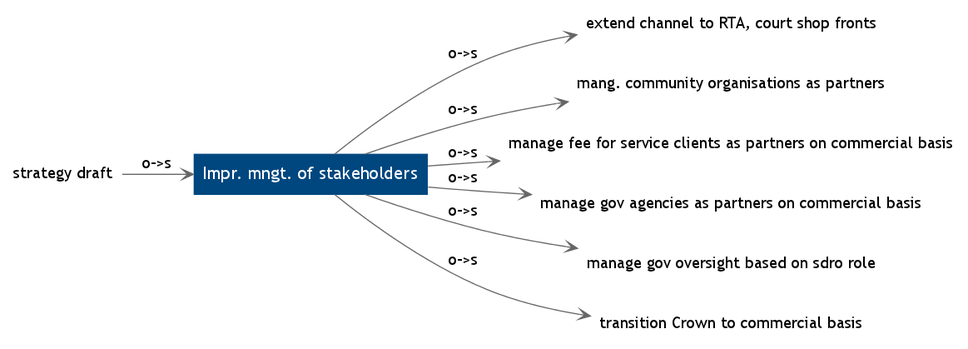
The Graphviz diagram public/images/mick@mioduszewski.net.png in mickmioduszewski/digraph-rails, before a commit. Its source is kept beside it as public/mick@mioduszewski.net.dot.
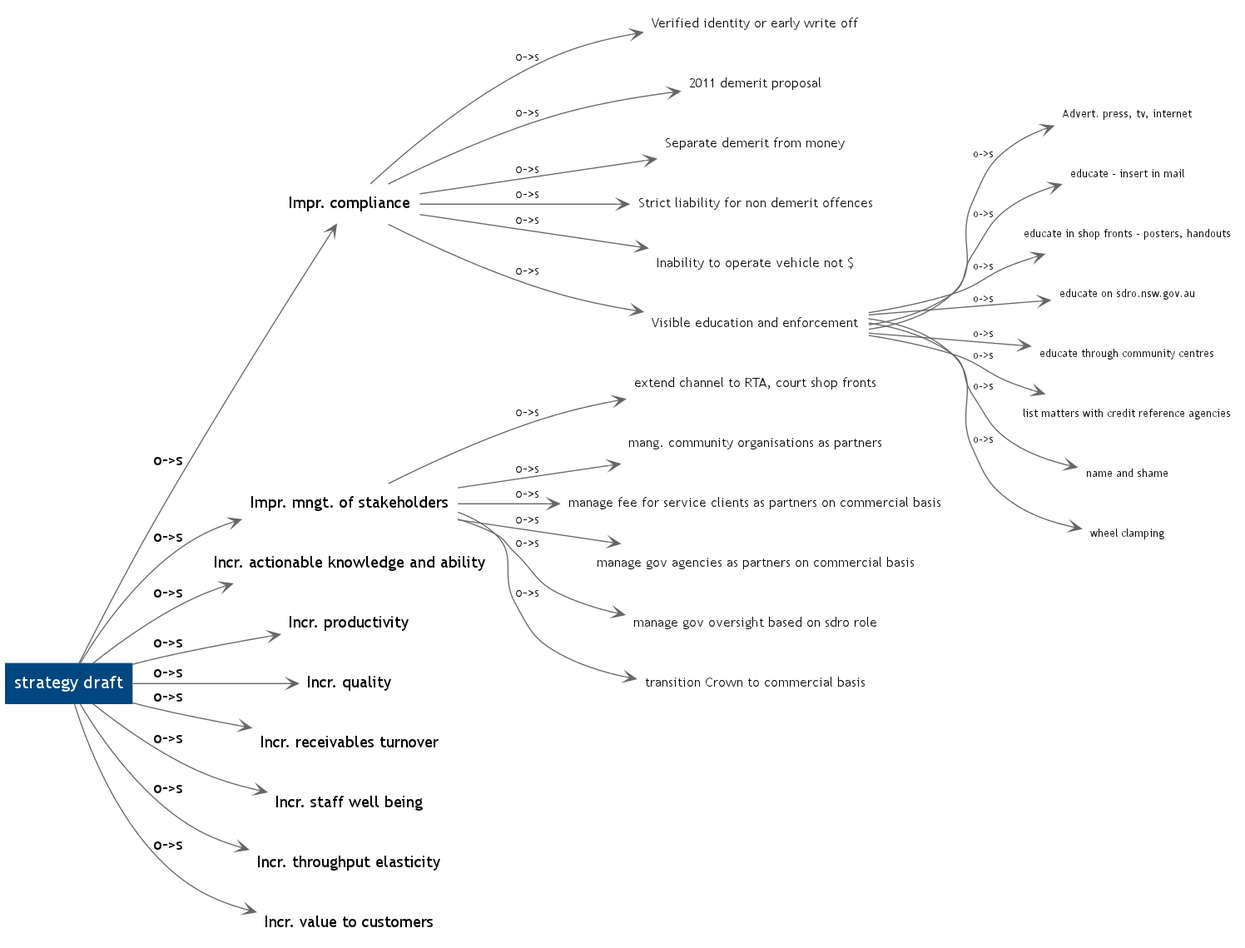
After the change.

The edit, as a diff of the source:
```diff
@@ -1,19 +1,63 @@
 digraph G { rankdir="LR"
 edge [color="#666666", arrowhead="open", fontname="Trebuchet MS"]
 node [shape=plaintext, fontname="Trebuchet MS"]
-n23 [URL="/nodes/23",  label="Impr. mngt. of stakeholders", fontsize="16", style=filled fillcolor="#00477f", fontcolor="White"]
-n21 [URL="/nodes/21",  label="strategy draft", fontsize="14"]
-n48 [URL="/nodes/48",  label="extend channel to RTA, court shop fronts", fontsize="14"]
-n49 [URL="/nodes/49",  label="mang. community organisations as partners", fontsize="14"]
-n50 [URL="/nodes/50",  label="manage fee for service clients as partners on commercial basis", fontsize="14"]
-n51 [URL="/nodes/51",  label="manage gov agencies as partners on commercial basis", fontsize="14"]
-n52 [URL="/nodes/52",  label="manage gov oversight based on sdro role", fontsize="14"]
-n53 [URL="/nodes/53",  label="transition Crown to commercial basis", fontsize="14"]
+n21 [URL="/nodes/21",  label="strategy draft", fontsize="16", style=filled fillcolor="#00477f", fontcolor="White"]
+n22 [URL="/nodes/22",  label="Impr. compliance", fontsize="14"]
+n34 [URL="/nodes/34",  label="Verified identity or early write off", fontsize="12"]
+n35 [URL="/nodes/35",  label="2011 demerit proposal", fontsize="12"]
+n36 [URL="/nodes/36",  label="Separate demerit from money", fontsize="12"]
+n37 [URL="/nodes/37",  label="Strict liability for non demerit offences", fontsize="12"]
+n38 [URL="/nodes/38",  label="Inability to operate vehicle not $", fontsize="12"]
+n39 [URL="/nodes/39",  label="Visible education and enforcement", fontsize="12"]
+n40 [URL="/nodes/40",  label="Advert. press, tv, internet", fontsize="10"]
+n41 [URL="/nodes/41",  label="educate - insert in mail", fontsize="10"]
+n42 [URL="/nodes/42",  label="educate in shop fronts - posters, handouts", fontsize="10"]
+n43 [URL="/nodes/43",  label="educate on sdro.nsw.gov.au", fontsize="10"]
+n44 [URL="/nodes/44",  label="educate through community centres", fontsize="10"]
+n45 [URL="/nodes/45",  label="list matters with credit reference agencies", fontsize="10"]
+n46 [URL="/nodes/46",  label="name and shame", fontsize="10"]
+n47 [URL="/nodes/47",  label="wheel clamping", fontsize="10"]
+n23 [URL="/nodes/23",  label="Impr. mngt. of stakeholders", fontsize="14"]
+n48 [URL="/nodes/48",  label="extend channel to RTA, court shop fronts", fontsize="12"]
+n49 [URL="/nodes/49",  label="mang. community organisations as partners", fontsize="12"]
+n50 [URL="/nodes/50",  label="manage fee for service clients as partners on commercial basis", fontsize="12"]
+n51 [URL="/nodes/51",  label="manage gov agencies as partners on commercial basis", fontsize="12"]
+n52 [URL="/nodes/52",  label="manage gov oversight based on sdro role", fontsize="12"]
+n53 [URL="/nodes/53",  label="transition Crown to commercial basis", fontsize="12"]
+n24 [URL="/nodes/24",  label="Incr. actionable knowledge and ability", fontsize="14"]
+n25 [URL="/nodes/25",  label="Incr. productivity", fontsize="14"]
+n26 [URL="/nodes/26",  label="Incr. quality", fontsize="14"]
+n27 [URL="/nodes/27",  label="Incr. receivables turnover", fontsize="14"]
+n28 [URL="/nodes/28",  label="Incr. staff well being", fontsize="14"]
+n29 [URL="/nodes/29",  label="Incr. throughput elasticity", fontsize="14"]
+n30 [URL="/nodes/30",  label="Incr. value to customers", fontsize="14"]
+n21 -> n22 [URL="/edges/26",  label="o->s", fontsize="14"]
+n22 -> n34 [URL="/edges/35",  label="o->s", fontsize="12"]
+n22 -> n35 [URL="/edges/36",  label="o->s", fontsize="12"]
+n22 -> n36 [URL="/edges/37",  label="o->s", fontsize="12"]
+n22 -> n37 [URL="/edges/38",  label="o->s", fontsize="12"]
+n22 -> n38 [URL="/edges/39",  label="o->s", fontsize="12"]
+n22 -> n39 [URL="/edges/40",  label="o->s", fontsize="12"]
+n39 -> n40 [URL="/edges/41",  label="o->s", fontsize="10"]
+n39 -> n41 [URL="/edges/42",  label="o->s", fontsize="10"]
+n39 -> n42 [URL="/edges/43",  label="o->s", fontsize="10"]
+n39 -> n43 [URL="/edges/44",  label="o->s", fontsize="10"]
+n39 -> n44 [URL="/edges/45",  label="o->s", fontsize="10"]
+n39 -> n45 [URL="/edges/46",  label="o->s", fontsize="10"]
+n39 -> n46 [URL="/edges/47",  label="o->s", fontsize="10"]
+n39 -> n47 [URL="/edges/48",  label="o->s", fontsize="10"]
 n21 -> n23 [URL="/edges/27",  label="o->s", fontsize="14"]
-n23 -> n48 [URL="/edges/49",  label="o->s", fontsize="14"]
-n23 -> n49 [URL="/edges/50",  label="o->s", fontsize="14"]
-n23 -> n50 [URL="/edges/51",  label="o->s", fontsize="14"]
-n23 -> n51 [URL="/edges/52",  label="o->s", fontsize="14"]
-n23 -> n52 [URL="/edges/53",  label="o->s", fontsize="14"]
-n23 -> n53 [URL="/edges/54",  label="o->s", fontsize="14"]
+n23 -> n48 [URL="/edges/49",  label="o->s", fontsize="12"]
+n23 -> n49 [URL="/edges/50",  label="o->s", fontsize="12"]
+n23 -> n50 [URL="/edges/51",  label="o->s", fontsize="12"]
+n23 -> n51 [URL="/edges/52",  label="o->s", fontsize="12"]
+n23 -> n52 [URL="/edges/53",  label="o->s", fontsize="12"]
+n23 -> n53 [URL="/edges/54",  label="o->s", fontsize="12"]
+n21 -> n24 [URL="/edges/28",  label="o->s", fontsize="14"]
+n21 -> n25 [URL="/edges/29",  label="o->s", fontsize="14"]
+n21 -> n26 [URL="/edges/30",  label="o->s", fontsize="14"]
+n21 -> n27 [URL="/edges/31",  label="o->s", fontsize="14"]
+n21 -> n28 [URL="/edges/32",  label="o->s", fontsize="14"]
+n21 -> n29 [URL="/edges/33",  label="o->s", fontsize="14"]
+n21 -> n30 [URL="/edges/34",  label="o->s", fontsize="14"]
   }
```
